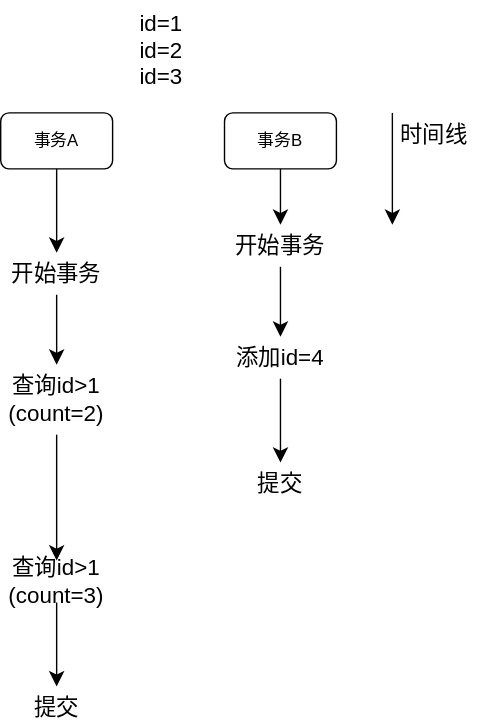
Above: img/mysql-幻读.svg in trophate/dnote (draw.io), before the change. Source tidied: cells renumbered, new cells last; positions are measured from the earlier drawing's top-left corner, leaving out a move shared by most shapes.
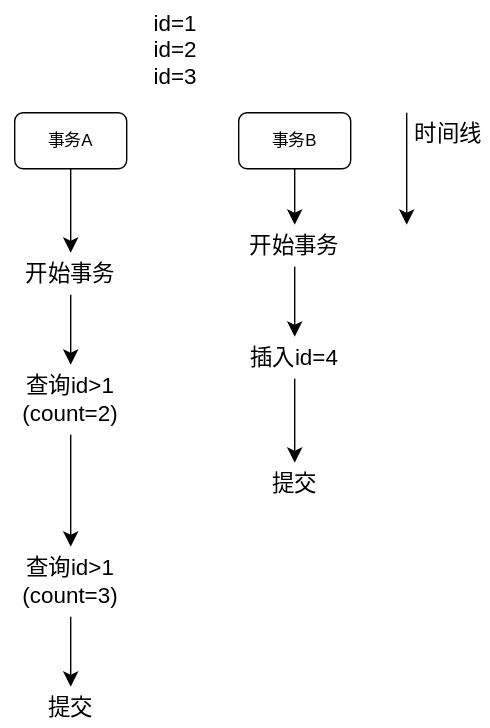
The same file after the commit.

Change to the diagram source:
```diff
@@ -36,7 +36,7 @@
       <mxGeometry relative="1" as="geometry" />
     </mxCell>
     <mxCell id="12" value="查询id&amp;gt;1&lt;div&gt;(count=3)&lt;br&gt;&lt;/div&gt;" style="text;html=1;align=center;verticalAlign=middle;whiteSpace=wrap;rounded=0;fontSize=16;" parent="1" vertex="1">
-      <mxGeometry y="400" width="80" height="30" as="geometry" />
+      <mxGeometry x="-10" y="390" width="100" height="50" as="geometry" />
     </mxCell>
     <mxCell id="13" value="id=1&lt;div&gt;id=2&lt;/div&gt;&lt;div&gt;id=3&lt;/div&gt;" style="text;html=1;align=center;verticalAlign=middle;whiteSpace=wrap;rounded=0;fontSize=16;" parent="1" vertex="1">
       <mxGeometry x="90" width="50" height="70" as="geometry" />
@@ -53,7 +53,7 @@
     <mxCell id="17" value="查询id&amp;gt;1&lt;div&gt;(count=2)&lt;/div&gt;" style="text;html=1;align=center;verticalAlign=middle;whiteSpace=wrap;rounded=0;fontSize=16;" parent="1" vertex="1">
       <mxGeometry y="260" width="80" height="50" as="geometry" />
     </mxCell>
-    <mxCell id="18" value="添加id=4" style="text;html=1;align=center;verticalAlign=middle;whiteSpace=wrap;rounded=0;fontSize=16;" parent="1" vertex="1">
+    <mxCell id="18" value="插入id=4" style="text;html=1;align=center;verticalAlign=middle;whiteSpace=wrap;rounded=0;fontSize=16;" parent="1" vertex="1">
       <mxGeometry x="160" y="240" width="80" height="30" as="geometry" />
     </mxCell>
     <mxCell id="19" style="endArrow=classic;html=1;rounded=0;fontSize=12;startSize=8;endSize=8;curved=1;exitX=0.5;exitY=1;exitDx=0;exitDy=0;entryX=0.5;entryY=0;entryDx=0;entryDy=0;" parent="1" edge="1" source="18" target="9">
```
